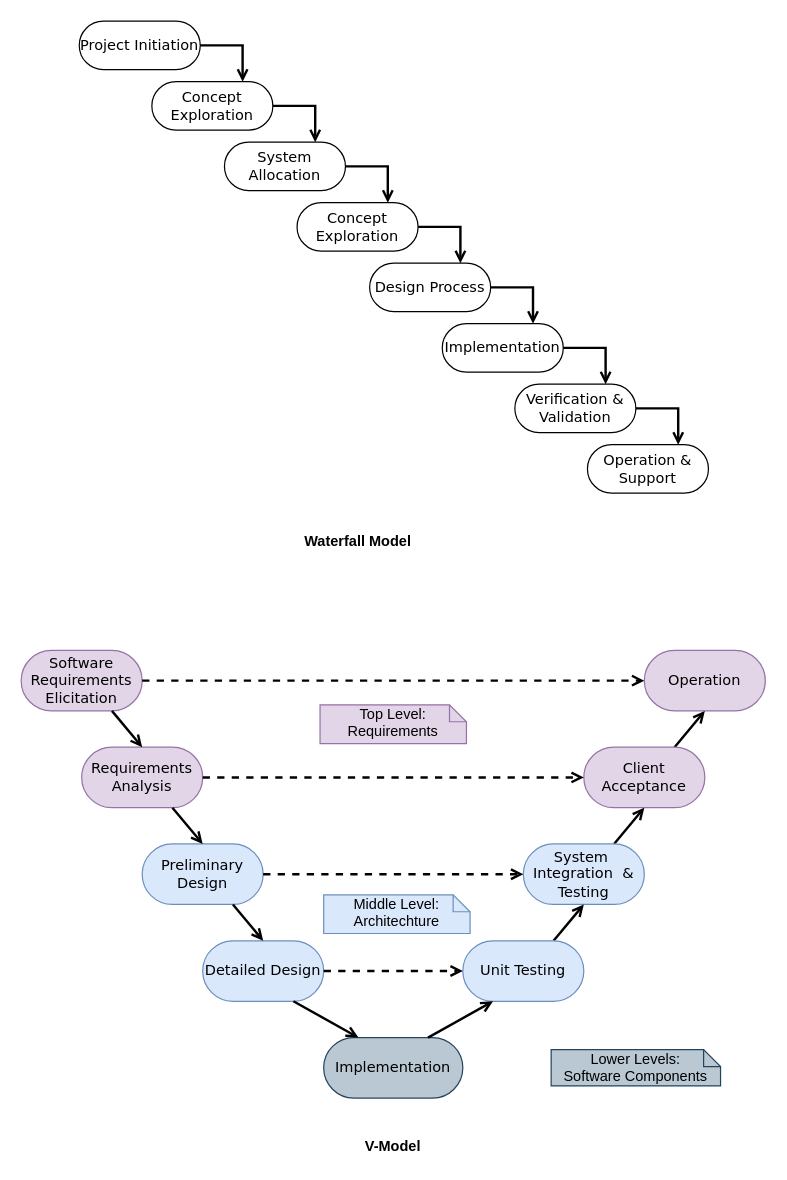
Before: drawio_ref/Software Development Cycles.drawio in HousedHorse/3004-final, a draw.io diagram. Source tidied: cells renumbered, new cells numbered last; positions are measured from the earlier drawing's top-left corner, leaving out a move shared by most shapes. Both pictures are drawn from the tidied source at 121%, with x=0, y=0 at pixel (21, 21).
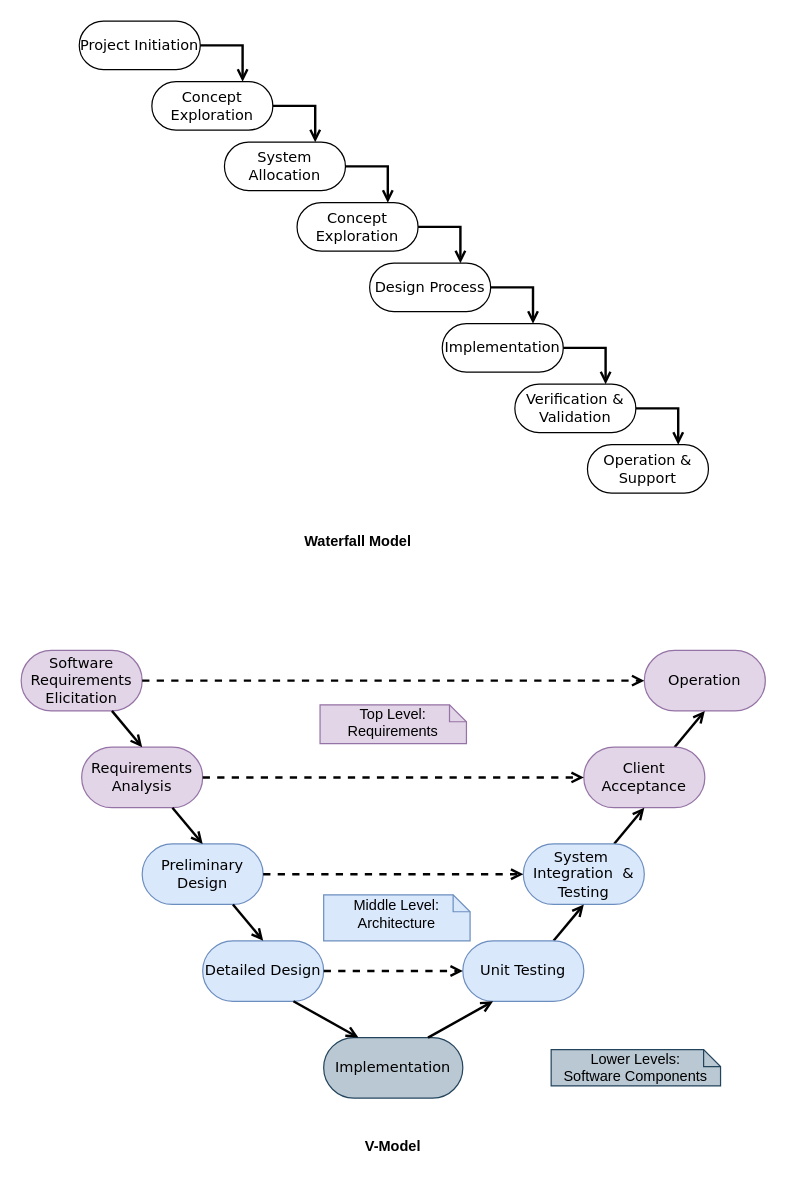
After the change.

Commit message (it also covers changes not shown here):
rephrased v-modal diagram info

The edit, as a diff of the source:
```diff
@@
-    <mxCell id="42" value="&lt;div&gt;Middle Level:&lt;/div&gt;&lt;div&gt;Architechture&lt;br&gt;&lt;/div&gt;" style="shape=note;whiteSpace=wrap;html=1;size=14;verticalAlign=top;align=center;spacingTop=-6;fillColor=#dae8fc;strokeColor=#6c8ebf;" parent="1" vertex="1">
-      <mxGeometry x="250" y="722" width="121" height="32" as="geometry" />
+    <mxCell id="42" value="&lt;div&gt;Middle Level:&lt;/div&gt;&lt;div&gt;Architecture&lt;br&gt;&lt;/div&gt;" style="shape=note;whiteSpace=wrap;html=1;size=14;verticalAlign=middle;align=center;spacingTop=-6;fillColor=#dae8fc;strokeColor=#6c8ebf;" parent="1" vertex="1">
+      <mxGeometry x="250" y="722" width="121" height="38" as="geometry" />
     </mxCell>
```
